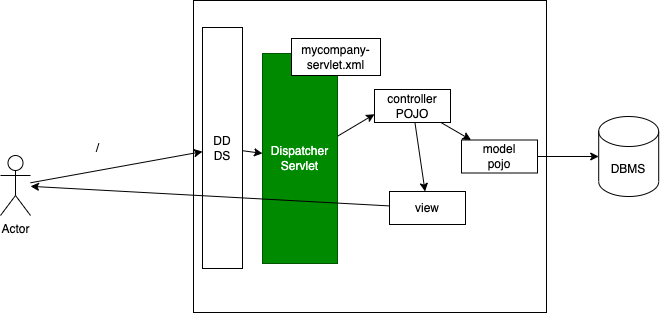
The draw.io diagram images/day12.drawio.png in adithnaveen/2022-jul-asde-jfs-sapient, before a commit. Source tidied: cells renumbered, new cells last; positions are measured from the earlier drawing's top-left corner, leaving out a move shared by most shapes.
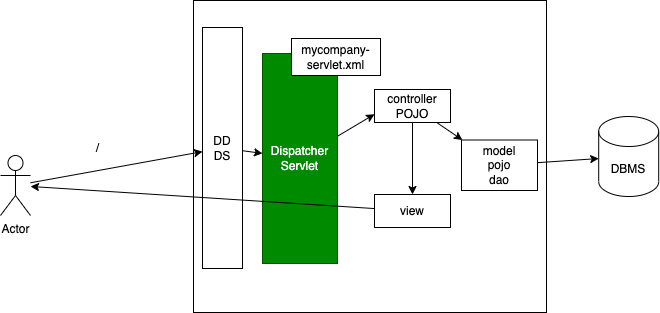
Later version of the same file.

The edit, as a diff of the source:
```diff
@@ -41,14 +41,14 @@
     <mxCell id="14" style="edgeStyle=none;html=1;" parent="1" edge="1" source="15" target="18">
       <mxGeometry relative="1" as="geometry" />
     </mxCell>
-    <mxCell id="15" value="model&lt;br&gt;pojo" style="rounded=0;whiteSpace=wrap;html=1;" parent="1" vertex="1">
-      <mxGeometry x="461" y="139.5" width="76" height="33" as="geometry" />
+    <mxCell id="15" value="model&lt;br&gt;pojo&lt;br&gt;dao" style="rounded=0;whiteSpace=wrap;html=1;" parent="1" vertex="1">
+      <mxGeometry x="461" y="139.5" width="76" height="50.5" as="geometry" />
     </mxCell>
     <mxCell id="16" style="edgeStyle=none;html=1;" parent="1" edge="1" source="17" target="6">
       <mxGeometry relative="1" as="geometry" />
     </mxCell>
     <mxCell id="17" value="view" style="rounded=0;whiteSpace=wrap;html=1;" parent="1" vertex="1">
-      <mxGeometry x="389" y="191" width="76" height="33" as="geometry" />
+      <mxGeometry x="374" y="194" width="76" height="33" as="geometry" />
     </mxCell>
     <mxCell id="18" value="DBMS" style="shape=cylinder3;whiteSpace=wrap;html=1;boundedLbl=1;backgroundOutline=1;size=15;" parent="1" vertex="1">
       <mxGeometry x="598.2" y="116" width="60" height="80" as="geometry" />
```
